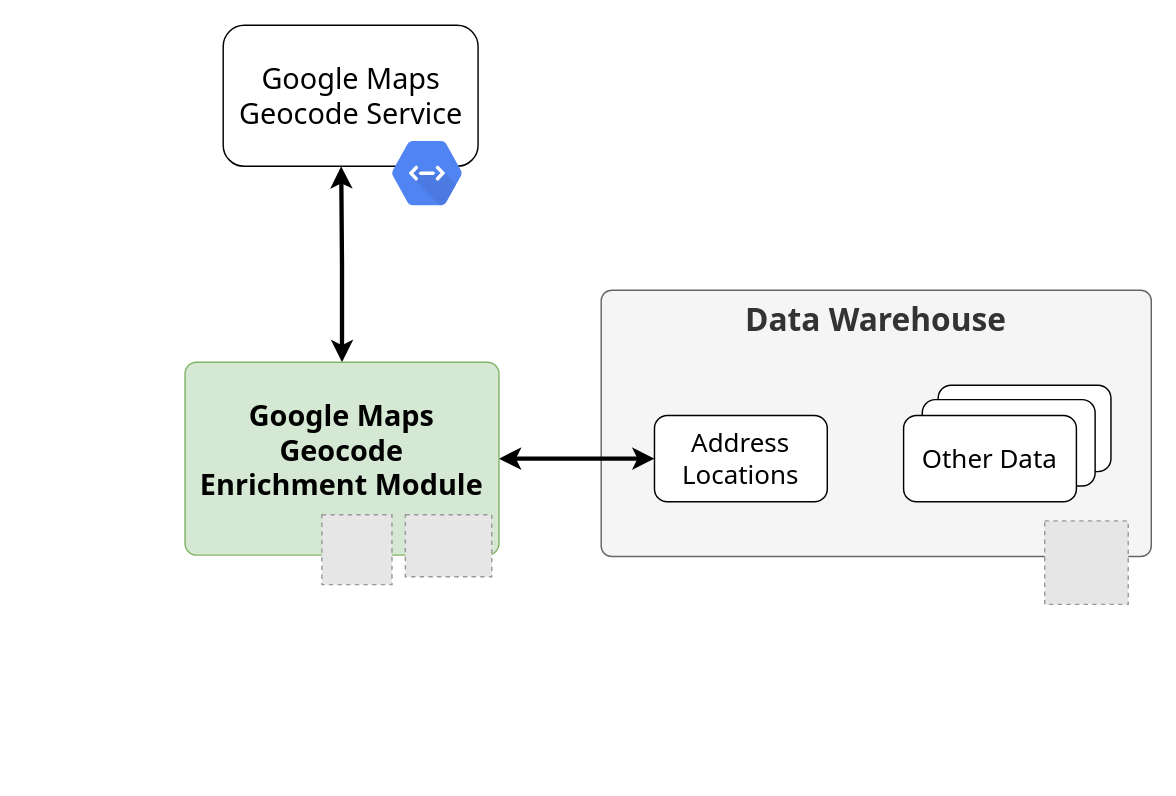
This is doc/diagrams.drawio from Steve0verton/google-maps-geocode-enrichment, a draw.io file, before an edit. Source tidied: cells renumbered, new cells numbered last; positions are measured from the earlier drawing's top-left corner, leaving out a move shared by most shapes. Both pictures are drawn from the tidied source at 144%, with x=0, y=0 at pixel (184, 24). Pictures stored in the file or linked from it are replaced by grey dashed boxes.
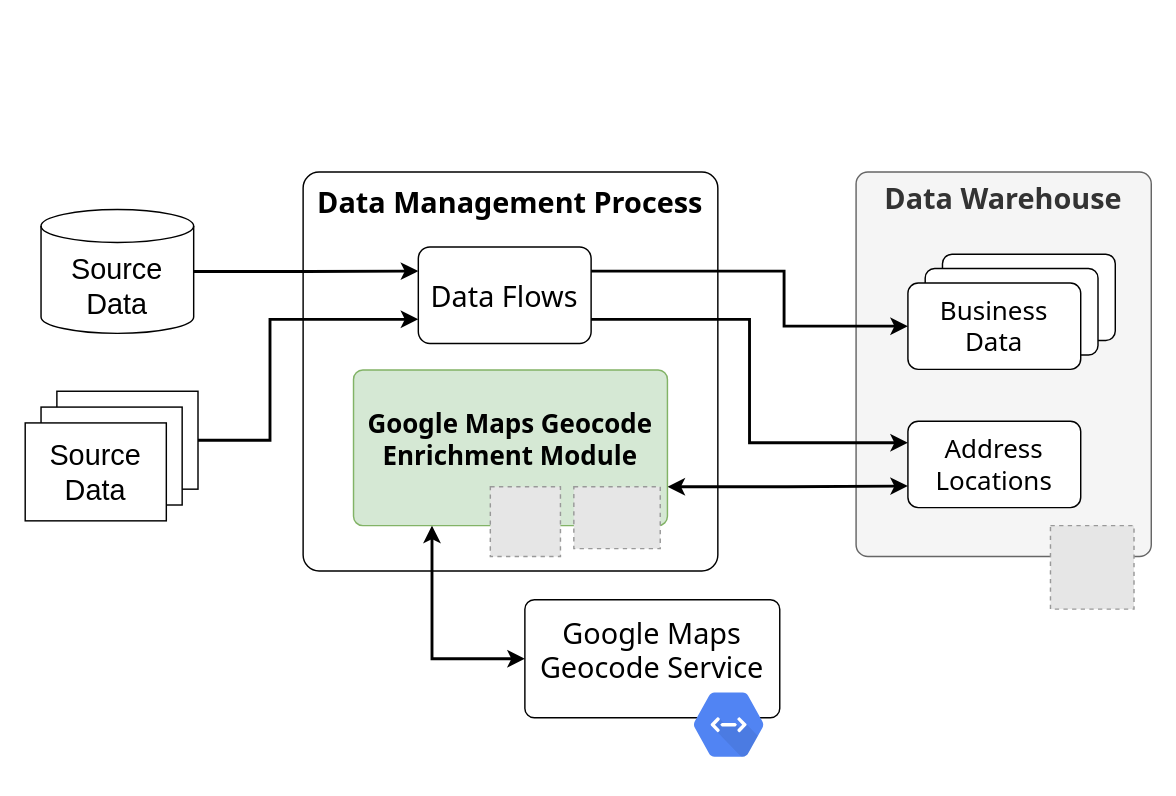
After the change.

Change to the diagram source:
```diff
@@
+    <mxCell id="16" value="Data Management Process" style="rounded=1;whiteSpace=wrap;html=1;fontFamily=Tahoma;fontSize=20;fontColor=#000000;fontStyle=1;spacing=5;spacingRight=5;spacingLeft=5;arcSize=4;verticalAlign=top;" parent="1" vertex="1">
+      <mxGeometry x="82" y="102" width="288" height="277" as="geometry" />
+    </mxCell>
-    <mxCell id="2" value="Data Warehouse" style="rounded=1;whiteSpace=wrap;html=1;fontFamily=Tahoma;arcSize=4;verticalAlign=top;fontStyle=1;fontSize=22;fillColor=#f5f5f5;fontColor=#333333;strokeColor=#666666;" parent="1" vertex="1">
-      <mxGeometry x="289" y="184" width="382" height="185" as="geometry" />
+    <mxCell id="2" value="Data Warehouse" style="rounded=1;whiteSpace=wrap;html=1;fontFamily=Tahoma;arcSize=4;verticalAlign=top;fontStyle=1;fontSize=20;fillColor=#f5f5f5;fontColor=#333333;strokeColor=#666666;" parent="1" vertex="1">
+      <mxGeometry x="466" y="102" width="205" height="267" as="geometry" />
     </mxCell>
-    <mxCell id="3" value="Address Locations" style="rounded=1;whiteSpace=wrap;html=1;fontFamily=Tahoma;fontSize=18;fontColor=#000000;" parent="1" vertex="1">
-      <mxGeometry x="326" y="271" width="120" height="60" as="geometry" />
+    <mxCell id="3" value="Address Locations" style="rounded=1;whiteSpace=wrap;html=1;fontFamily=Tahoma;fontSize=18;fontColor=#000000;arcSize=12;" parent="1" vertex="1">
+      <mxGeometry x="502" y="275" width="120" height="60" as="geometry" />
     </mxCell>
-    <mxCell id="4" value="Google Maps Geocode Service" style="rounded=1;whiteSpace=wrap;html=1;fontFamily=Tahoma;fontSize=20;fontColor=#000000;fontStyle=0;" parent="1" vertex="1">
-      <mxGeometry x="26.5" width="177" height="98" as="geometry" />
+    <mxCell id="4" value="Google Maps Geocode Service" style="rounded=1;whiteSpace=wrap;html=1;fontFamily=Tahoma;fontSize=20;fontColor=#000000;fontStyle=0;arcSize=8;spacingBottom=12;" parent="1" vertex="1">
+      <mxGeometry x="236" y="399" width="177" height="82" as="geometry" />
     </mxCell>
-    <mxCell id="5" style="edgeStyle=orthogonalEdgeStyle;rounded=0;jettySize=auto;html=1;exitX=1;exitY=0.5;exitDx=0;exitDy=0;entryX=0;entryY=0.5;entryDx=0;entryDy=0;fontFamily=Tahoma;fontSize=20;fontColor=#000000;startArrow=classic;startFill=1;strokeWidth=3;" parent="1" edge="1" source="7" target="3">
+    <mxCell id="5" style="edgeStyle=orthogonalEdgeStyle;rounded=0;jettySize=auto;html=1;exitX=1;exitY=0.75;exitDx=0;exitDy=0;entryX=0;entryY=0.75;entryDx=0;entryDy=0;fontFamily=Tahoma;fontSize=20;fontColor=#000000;startArrow=classic;startFill=1;strokeWidth=2;" parent="1" edge="1" source="7" target="3">
       <mxGeometry relative="1" as="geometry" />
     </mxCell>
-    <mxCell id="6" style="edgeStyle=orthogonalEdgeStyle;rounded=0;jettySize=auto;html=1;exitX=0.5;exitY=0;exitDx=0;exitDy=0;entryX=0.463;entryY=1;entryDx=0;entryDy=0;entryPerimeter=0;fontFamily=Tahoma;fontSize=20;fontColor=#000000;startArrow=classic;startFill=1;strokeWidth=3;" parent="1" edge="1" source="7" target="4">
+    <mxCell id="6" style="edgeStyle=orthogonalEdgeStyle;rounded=0;jettySize=auto;html=1;exitX=0.25;exitY=1;exitDx=0;exitDy=0;entryX=0;entryY=0.5;entryDx=0;entryDy=0;fontFamily=Tahoma;fontSize=20;fontColor=#000000;startArrow=classic;startFill=1;strokeWidth=2;" parent="1" edge="1" source="7" target="4">
       <mxGeometry relative="1" as="geometry" />
     </mxCell>
-    <mxCell id="7" value="Google Maps Geocode Enrichment Module" style="rounded=1;whiteSpace=wrap;html=1;fontFamily=Tahoma;fontSize=20;fontStyle=1;fillColor=#d5e8d4;strokeColor=#82b366;arcSize=6;spacingBottom=12;spacingRight=5;spacingLeft=5;" parent="1" vertex="1">
-      <mxGeometry y="234" width="218" height="134" as="geometry" />
+    <mxCell id="7" value="Google Maps Geocode Enrichment Module" style="rounded=1;whiteSpace=wrap;html=1;fontFamily=Tahoma;fontSize=18;fontStyle=1;fillColor=#d5e8d4;strokeColor=#82b366;arcSize=6;spacingBottom=12;spacingRight=5;spacingLeft=5;" parent="1" vertex="1">
+      <mxGeometry x="117" y="239.5" width="218" height="108" as="geometry" />
     </mxCell>
-    <mxCell id="8" style="group;" parent="1" vertex="1">
-      <mxGeometry x="499" y="250" width="144" height="81" as="geometry" />
-    </mxCell>
-    <mxCell id="9" style="rounded=1;whiteSpace=wrap;html=1;fontFamily=Tahoma;fontSize=18;fontColor=#000000;" parent="8" vertex="1">
-      <mxGeometry x="24" width="120" height="60" as="geometry" />
-    </mxCell>
-    <mxCell id="10" style="rounded=1;whiteSpace=wrap;html=1;fontFamily=Tahoma;fontSize=18;fontColor=#000000;" parent="8" vertex="1">
-      <mxGeometry x="13" y="10" width="120" height="60" as="geometry" />
-    </mxCell>
-    <mxCell id="11" value="Other Data" style="rounded=1;whiteSpace=wrap;html=1;fontFamily=Tahoma;fontSize=18;fontColor=#000000;" parent="8" vertex="1">
-      <mxGeometry y="21" width="120" height="60" as="geometry" />
-    </mxCell>
     <mxCell id="12" style="fillColor=#E6E6E6;strokeColor=#999999;dashed=1;" parent="1" vertex="1">
-      <mxGeometry x="153" y="340" width="60" height="43" as="geometry" />
+      <mxGeometry x="270" y="320.5" width="60" height="43" as="geometry" />
     </mxCell>
     <mxCell id="13" style="fillColor=#E6E6E6;strokeColor=#999999;dashed=1;" parent="1" vertex="1">
-      <mxGeometry x="95" y="340" width="48.7" height="48.5" as="geometry" />
+      <mxGeometry x="212" y="320.5" width="48.7" height="48.5" as="geometry" />
     </mxCell>
     <mxCell id="14" style="sketch=0;html=1;fillColor=#5184F3;strokeColor=none;verticalAlign=top;labelPosition=center;verticalLabelPosition=bottom;align=center;spacingTop=-6;fontSize=18;fontStyle=1;fontColor=#000000;shape=mxgraph.gcp2.hexIcon;prIcon=cloud_endpoints;fontFamily=Tahoma;" parent="1" vertex="1">
-      <mxGeometry x="131.1" y="70" width="73.9" height="65.5" as="geometry" />
+      <mxGeometry x="340.6" y="453" width="73.9" height="65.5" as="geometry" />
     </mxCell>
     <mxCell id="15" style="fillColor=#E6E6E6;strokeColor=#999999;dashed=1;" parent="1" vertex="1">
-      <mxGeometry x="597" y="344.2" width="58" height="58" as="geometry" />
+      <mxGeometry x="601" y="347.5" width="58" height="58" as="geometry" />
     </mxCell>
+    <mxCell id="9" style="rounded=1;whiteSpace=wrap;html=1;fontFamily=Tahoma;fontSize=18;fontColor=#000000;arcSize=11;" parent="1" vertex="1">
+      <mxGeometry x="526" y="159" width="120" height="60" as="geometry" />
+    </mxCell>
+    <mxCell id="10" style="rounded=1;whiteSpace=wrap;html=1;fontFamily=Tahoma;fontSize=18;fontColor=#000000;arcSize=11;" parent="1" vertex="1">
+      <mxGeometry x="514" y="169" width="120" height="60" as="geometry" />
+    </mxCell>
+    <mxCell id="11" value="Business Data" style="rounded=1;whiteSpace=wrap;html=1;fontFamily=Tahoma;fontSize=18;fontColor=#000000;arcSize=12;spacingRight=5;spacingLeft=5;" parent="1" vertex="1">
+      <mxGeometry x="502" y="179" width="120" height="60" as="geometry" />
+    </mxCell>
+    <mxCell id="17" value="Data Flows" style="rounded=1;whiteSpace=wrap;html=1;fontFamily=Tahoma;fontSize=20;fontColor=#000000;arcSize=12;fontStyle=0;" parent="1" vertex="1">
+      <mxGeometry x="162" y="154" width="120" height="67" as="geometry" />
+    </mxCell>
+    <mxCell id="18" value="Source Data" style="shape=cylinder3;whiteSpace=wrap;html=1;boundedLbl=1;backgroundOutline=1;size=11.428571428571388;fontSize=20;" parent="1" vertex="1">
+      <mxGeometry x="-100" y="128" width="106" height="86" as="geometry" />
+    </mxCell>
+    <mxCell id="19" style="group;" parent="1" vertex="1">
+      <mxGeometry x="-111" y="254.2" width="120" height="90" as="geometry" />
+    </mxCell>
+    <mxCell id="20" style="rounded=0;whiteSpace=wrap;html=1;fontSize=20;" parent="19" vertex="1">
+      <mxGeometry x="22" width="98" height="68" as="geometry" />
+    </mxCell>
+    <mxCell id="21" style="rounded=0;whiteSpace=wrap;html=1;fontSize=20;" parent="19" vertex="1">
+      <mxGeometry x="11" y="11" width="98" height="68" as="geometry" />
+    </mxCell>
+    <mxCell id="22" value="Source Data" style="rounded=0;whiteSpace=wrap;html=1;fontSize=20;" parent="19" vertex="1">
+      <mxGeometry y="22" width="98" height="68" as="geometry" />
+    </mxCell>
+    <mxCell id="23" style="edgeStyle=orthogonalEdgeStyle;rounded=0;jettySize=auto;html=1;exitX=1;exitY=0.5;exitDx=0;exitDy=0;entryX=0;entryY=0.25;entryDx=0;entryDy=0;fontFamily=Tahoma;fontSize=20;fontColor=#000000;startArrow=none;startFill=0;strokeWidth=2;exitPerimeter=0;" parent="1" edge="1" source="18" target="17">
+      <mxGeometry relative="1" as="geometry" />
+    </mxCell>
+    <mxCell id="24" style="edgeStyle=orthogonalEdgeStyle;rounded=0;jettySize=auto;html=1;exitX=1;exitY=0.5;exitDx=0;exitDy=0;entryX=0;entryY=0.75;entryDx=0;entryDy=0;fontFamily=Tahoma;fontSize=20;fontColor=#000000;startArrow=none;startFill=0;strokeWidth=2;" parent="1" edge="1" source="20" target="17">
+      <mxGeometry relative="1" as="geometry">
+        <Array as="points">
+          <mxPoint x="59" y="288" />
+          <mxPoint x="59" y="204" />
+        </Array>
+      </mxGeometry>
+    </mxCell>
+    <mxCell id="25" style="edgeStyle=orthogonalEdgeStyle;rounded=0;jettySize=auto;html=1;exitX=1;exitY=0.25;exitDx=0;exitDy=0;entryX=0;entryY=0.5;entryDx=0;entryDy=0;fontFamily=Tahoma;fontSize=20;fontColor=#000000;startArrow=none;startFill=0;strokeWidth=2;" parent="1" edge="1" source="17" target="11">
+      <mxGeometry relative="1" as="geometry">
+        <Array as="points">
+          <mxPoint x="416" y="171" />
+          <mxPoint x="416" y="209" />
+        </Array>
+      </mxGeometry>
+    </mxCell>
+    <mxCell id="26" style="edgeStyle=orthogonalEdgeStyle;rounded=0;jettySize=auto;html=1;exitX=1;exitY=0.75;exitDx=0;exitDy=0;entryX=0;entryY=0.25;entryDx=0;entryDy=0;fontFamily=Tahoma;fontSize=20;fontColor=#000000;startArrow=none;startFill=0;strokeWidth=2;" parent="1" edge="1" source="17" target="3">
+      <mxGeometry relative="1" as="geometry" />
+    </mxCell>
```
